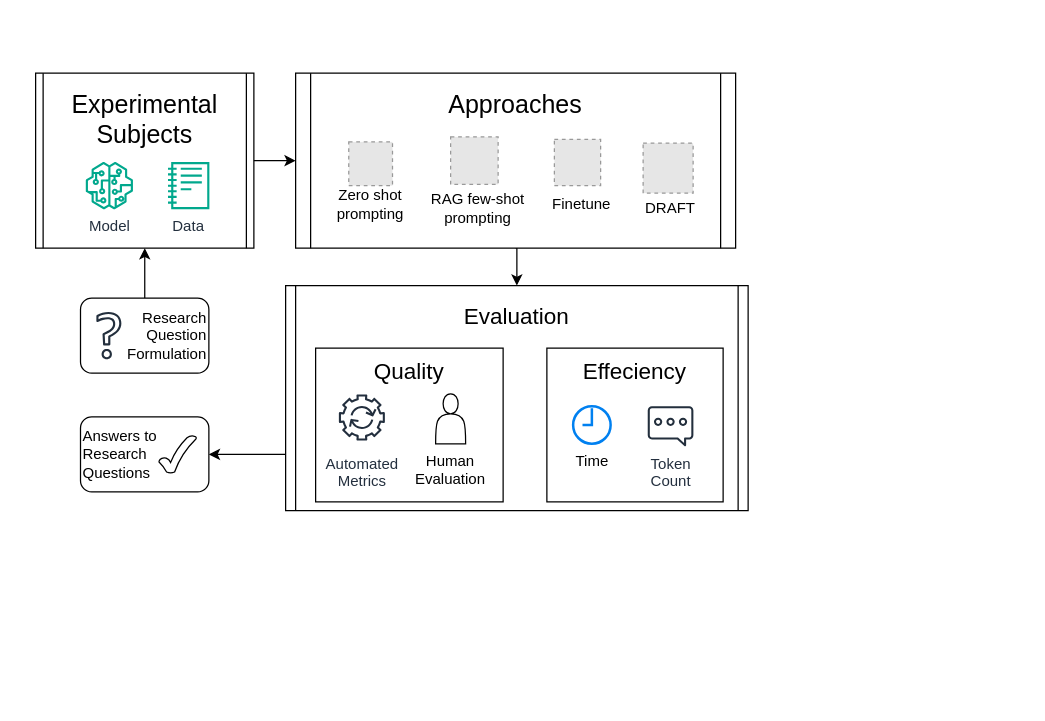
This is Diagram/experiment.drawio from sa4s-serc/LLM4ADR, a draw.io file, before an edit. Source tidied: cells renumbered, new cells numbered last; positions are measured from the earlier drawing's top-left corner, leaving out a move shared by most shapes. Both pictures are drawn from the tidied source at 125%, with x=0, y=0 at pixel (35, 72). Pictures stored in the file or linked from it are replaced by grey dashed boxes.
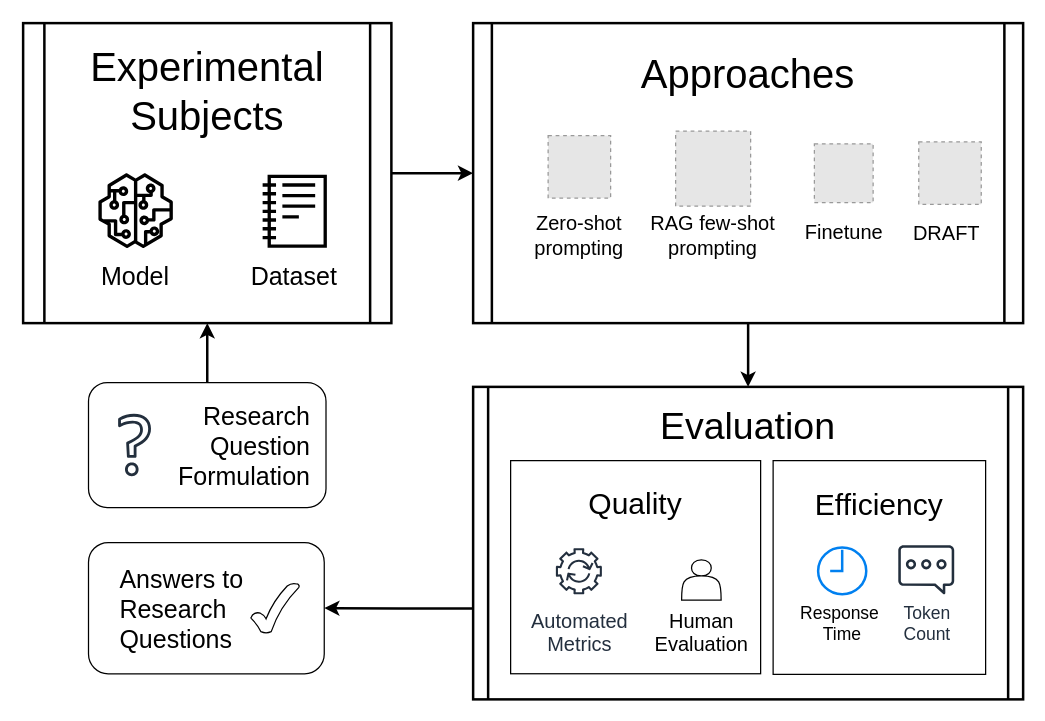
The same diagram, later.

Commit message (it also covers changes not shown here):
modified study diagram

What changed in the source:
```diff
@@
-    <mxCell id="2" style="edgeStyle=orthogonalEdgeStyle;rounded=0;jettySize=auto;html=1;exitX=0;exitY=0.75;exitDx=0;exitDy=0;" parent="1" edge="1" source="3" target="30">
+    <mxCell id="2" style="edgeStyle=orthogonalEdgeStyle;rounded=0;jettySize=auto;html=1;entryX=1;entryY=0.5;entryDx=0;entryDy=0;exitX=0;exitY=0.709;exitDx=0;exitDy=0;exitPerimeter=0;strokeWidth=2;" parent="1" edge="1" source="3" target="30">
       <mxGeometry relative="1" as="geometry" />
     </mxCell>
-    <mxCell id="3" value="&lt;font style=&quot;font-size: 18px;&quot;&gt;Evaluation&lt;/font&gt;&lt;div&gt;&lt;font style=&quot;font-size: 18px;&quot;&gt;&lt;br&gt;&lt;/font&gt;&lt;/div&gt;&lt;div&gt;&lt;font style=&quot;font-size: 18px;&quot;&gt;&lt;br&gt;&lt;/font&gt;&lt;/div&gt;&lt;div&gt;&lt;font style=&quot;font-size: 18px;&quot;&gt;&lt;br&gt;&lt;/font&gt;&lt;/div&gt;&lt;div&gt;&lt;font style=&quot;font-size: 18px;&quot;&gt;&lt;br&gt;&lt;/font&gt;&lt;/div&gt;&lt;div&gt;&lt;br&gt;&lt;/div&gt;&lt;div&gt;&lt;br&gt;&lt;/div&gt;&lt;div&gt;&lt;br&gt;&lt;/div&gt;" style="shape=process;whiteSpace=wrap;html=1;backgroundOutline=1;size=0.021739130434782608;" parent="1" vertex="1">
-      <mxGeometry x="200" y="170" width="370" height="180" as="geometry" />
+    <mxCell id="3" value="&lt;font style=&quot;font-size: 30px;&quot;&gt;Evaluation&lt;/font&gt;&lt;div&gt;&lt;br&gt;&lt;/div&gt;&lt;div&gt;&lt;br&gt;&lt;/div&gt;&lt;div&gt;&lt;br&gt;&lt;/div&gt;&lt;div&gt;&lt;br&gt;&lt;/div&gt;&lt;div&gt;&lt;br&gt;&lt;/div&gt;&lt;div&gt;&lt;br&gt;&lt;/div&gt;&lt;div&gt;&lt;br&gt;&lt;/div&gt;&lt;div&gt;&lt;br&gt;&lt;/div&gt;&lt;div&gt;&lt;br&gt;&lt;/div&gt;&lt;div&gt;&lt;br&gt;&lt;/div&gt;&lt;div&gt;&lt;br&gt;&lt;/div&gt;&lt;div&gt;&lt;br&gt;&lt;/div&gt;&lt;div&gt;&lt;br&gt;&lt;/div&gt;" style="shape=process;whiteSpace=wrap;html=1;backgroundOutline=1;size=0.02702702702702703;strokeWidth=2;" parent="1" vertex="1">
+      <mxGeometry x="350" y="251" width="440" height="250" as="geometry" />
     </mxCell>
-    <mxCell id="4" style="edgeStyle=orthogonalEdgeStyle;rounded=0;jettySize=auto;html=1;exitX=1;exitY=0.5;exitDx=0;exitDy=0;entryX=0;entryY=0.5;entryDx=0;entryDy=0;" parent="1" edge="1" target="6">
-      <mxGeometry relative="1" as="geometry">
-        <mxPoint x="170" y="70" as="sourcePoint" />
-      </mxGeometry>
-    </mxCell>
-    <mxCell id="5" style="edgeStyle=orthogonalEdgeStyle;rounded=0;jettySize=auto;html=1;exitX=0.5;exitY=1;exitDx=0;exitDy=0;entryX=0.5;entryY=0;entryDx=0;entryDy=0;" parent="1" edge="1" source="6" target="3">
+    <mxCell id="5" style="edgeStyle=orthogonalEdgeStyle;rounded=0;jettySize=auto;html=1;exitX=0.5;exitY=1;exitDx=0;exitDy=0;entryX=0.5;entryY=0;entryDx=0;entryDy=0;strokeWidth=2;" parent="1" edge="1" source="6" target="3">
       <mxGeometry relative="1" as="geometry" />
     </mxCell>
-    <mxCell id="6" value="&lt;font style=&quot;font-size: 20px;&quot;&gt;Approaches&lt;/font&gt;&lt;div&gt;&lt;font style=&quot;font-size: 20px;&quot;&gt;&lt;br&gt;&lt;/font&gt;&lt;/div&gt;&lt;div&gt;&lt;br&gt;&lt;/div&gt;&lt;div&gt;&lt;br&gt;&lt;/div&gt;&lt;div&gt;&lt;font style=&quot;font-size: 20px;&quot;&gt;&lt;br&gt;&lt;/font&gt;&lt;/div&gt;&lt;div&gt;&lt;br&gt;&lt;/div&gt;" style="shape=process;whiteSpace=wrap;html=1;backgroundOutline=1;size=0.03409090909090909;" parent="1" vertex="1">
-      <mxGeometry x="208" width="352" height="140" as="geometry" />
+    <mxCell id="6" value="&lt;font style=&quot;font-size: 32px;&quot;&gt;Approaches&lt;/font&gt;&lt;div&gt;&lt;span style=&quot;font-size: 32px;&quot;&gt;&lt;br&gt;&lt;/span&gt;&lt;div&gt;&lt;span style=&quot;font-size: 32px;&quot;&gt;&lt;br&gt;&lt;/span&gt;&lt;/div&gt;&lt;div&gt;&lt;br&gt;&lt;/div&gt;&lt;div&gt;&lt;div&gt;&lt;br&gt;&lt;/div&gt;&lt;div&gt;&lt;font style=&quot;font-size: 32px;&quot;&gt;&lt;br&gt;&lt;/font&gt;&lt;/div&gt;&lt;div&gt;&lt;br&gt;&lt;/div&gt;&lt;/div&gt;&lt;/div&gt;" style="shape=process;whiteSpace=wrap;html=1;backgroundOutline=1;size=0.03409090909090909;glass=0;strokeWidth=2;" parent="1" vertex="1">
+      <mxGeometry x="350" y="-40" width="440" height="240" as="geometry" />
     </mxCell>
-    <mxCell id="7" style="group;" parent="1" vertex="1">
-      <mxGeometry x="238" y="60" width="60" height="60" as="geometry" />
-    </mxCell>
+    <mxCell id="33" style="edgeStyle=orthogonalEdgeStyle;rounded=0;jettySize=auto;html=1;exitX=1;exitY=0.5;exitDx=0;exitDy=0;entryX=0;entryY=0.5;entryDx=0;entryDy=0;strokeWidth=2;" parent="1" edge="1" source="19" target="6">
+      <mxGeometry relative="1" as="geometry" />
+    </mxCell>
+    <mxCell id="19" value="&lt;font style=&quot;font-size: 32px;&quot;&gt;Experimental&lt;/font&gt;&lt;div&gt;&lt;font style=&quot;font-size: 32px;&quot;&gt;Subjects&lt;/font&gt;&lt;div&gt;&lt;font style=&quot;font-size: 32px;&quot;&gt;&lt;br&gt;&lt;/font&gt;&lt;/div&gt;&lt;div&gt;&lt;font style=&quot;font-size: 32px;&quot;&gt;&lt;br&gt;&lt;/font&gt;&lt;/div&gt;&lt;div&gt;&lt;font style=&quot;font-size: 32px;&quot;&gt;&lt;br&gt;&lt;/font&gt;&lt;/div&gt;&lt;div&gt;&lt;br&gt;&lt;/div&gt;&lt;/div&gt;" style="shape=process;whiteSpace=wrap;html=1;backgroundOutline=1;size=0.057283611158847454;strokeWidth=2;" parent="1" vertex="1">
+      <mxGeometry x="-10" y="-40" width="294.6" height="240" as="geometry" />
+    </mxCell>
+    <mxCell id="28" style="edgeStyle=orthogonalEdgeStyle;rounded=0;jettySize=auto;html=1;entryX=0.5;entryY=1;entryDx=0;entryDy=0;strokeWidth=2;" parent="1" edge="1" source="29" target="19">
+      <mxGeometry relative="1" as="geometry" />
+    </mxCell>
+    <mxCell id="34" style="group;" parent="1" vertex="1">
+      <mxGeometry x="50" y="80" width="60" height="96.5" as="geometry" />
+    </mxCell>
+    <mxCell id="20" style="sketch=0;fontColor=#232F3E;gradientColor=none;fillColor=#000000;strokeColor=none;dashed=0;verticalLabelPosition=bottom;verticalAlign=top;align=center;html=1;fontSize=12;fontStyle=0;shape=mxgraph.aws4.sagemaker_model;" parent="34" vertex="1">
+      <mxGeometry width="60" height="60" as="geometry" />
+    </mxCell>
+    <mxCell id="35" value="&lt;font style=&quot;font-size: 20px;&quot;&gt;Model&lt;/font&gt;" style="text;strokeColor=none;align=center;fillColor=none;html=1;verticalAlign=middle;whiteSpace=wrap;rounded=0;" parent="34" vertex="1">
+      <mxGeometry y="66.5" width="60" height="30" as="geometry" />
+    </mxCell>
+    <mxCell id="36" style="group;" parent="1" vertex="1">
+      <mxGeometry x="177.3" y="81" width="60" height="95.5" as="geometry" />
+    </mxCell>
+    <mxCell id="21" style="sketch=0;fontColor=#232F3E;gradientColor=none;fillColor=#000000;strokeColor=none;dashed=0;verticalLabelPosition=bottom;verticalAlign=top;align=center;html=1;fontSize=12;fontStyle=0;shape=mxgraph.aws4.sagemaker_notebook;" parent="36" vertex="1">
+      <mxGeometry x="4.3" width="51.4" height="59" as="geometry" />
+    </mxCell>
+    <mxCell id="37" value="&lt;font style=&quot;font-size: 20px;&quot;&gt;Dataset&lt;/font&gt;" style="text;strokeColor=none;align=center;fillColor=none;html=1;verticalAlign=middle;whiteSpace=wrap;rounded=0;" parent="36" vertex="1">
+      <mxGeometry y="65.5" width="60" height="30" as="geometry" />
+    </mxCell>
+    <mxCell id="38" style="group;" parent="1" vertex="1">
+      <mxGeometry x="482" y="46.4" width="120" height="110.1" as="geometry" />
+    </mxCell>
+    <mxCell id="12" value="&lt;font&gt;RAG few-shot&lt;/font&gt;&lt;div&gt;&lt;font&gt;prompting&lt;/font&gt;&lt;/div&gt;" style="text;strokeColor=none;align=center;fillColor=none;html=1;verticalAlign=middle;whiteSpace=wrap;rounded=0;fontSize=16;" parent="38" vertex="1">
+      <mxGeometry y="56.4" width="120" height="53.8" as="geometry" />
+    </mxCell>
+    <mxCell id="11" style="fillColor=#E6E6E6;strokeColor=#999999;dashed=1;verticalLabelPosition=bottom;labelBackgroundColor=default;verticalAlign=top;" parent="38" vertex="1">
+      <mxGeometry x="30" width="60" height="60" as="geometry" />
+    </mxCell>
+    <mxCell id="39" style="group;" parent="1" vertex="1">
+      <mxGeometry x="375" y="50" width="120" height="106.5" as="geometry" />
+    </mxCell>
-    <mxCell id="8" style="fillColor=#E6E6E6;strokeColor=#999999;dashed=1;verticalLabelPosition=bottom;labelBackgroundColor=default;verticalAlign=top;" parent="7" vertex="1">
-      <mxGeometry x="12.5" y="-5" width="35" height="35" as="geometry" />
+    <mxCell id="8" style="fillColor=#E6E6E6;strokeColor=#999999;dashed=1;verticalLabelPosition=bottom;labelBackgroundColor=default;verticalAlign=top;" parent="39" vertex="1">
+      <mxGeometry x="35" width="50" height="50" as="geometry" />
     </mxCell>
-    <mxCell id="9" value="Zero shot prompting" style="text;html=1;align=center;verticalAlign=middle;whiteSpace=wrap;rounded=0;" parent="7" vertex="1">
-      <mxGeometry y="30" width="60" height="30" as="geometry" />
-    </mxCell>
-    <mxCell id="10" style="group;" parent="1" vertex="1">
-      <mxGeometry x="312" y="57" width="84" height="66" as="geometry" />
-    </mxCell>
-    <mxCell id="11" style="fillColor=#E6E6E6;strokeColor=#999999;dashed=1;verticalLabelPosition=bottom;labelBackgroundColor=default;verticalAlign=top;" parent="10" vertex="1">
-      <mxGeometry x="20" y="-6" width="38" height="38" as="geometry" />
-    </mxCell>
-    <mxCell id="12" value="RAG few-shot prompting" style="text;html=1;align=center;verticalAlign=middle;whiteSpace=wrap;rounded=0;" parent="10" vertex="1">
-      <mxGeometry y="36" width="84" height="30" as="geometry" />
-    </mxCell>
-    <mxCell id="13" style="group;" parent="1" vertex="1">
-      <mxGeometry x="395" y="60" width="84" height="60" as="geometry" />
-    </mxCell>
+    <mxCell id="40" value="&lt;font&gt;Zero-shot prompting&lt;/font&gt;" style="text;strokeColor=none;align=center;fillColor=none;html=1;verticalAlign=middle;whiteSpace=wrap;rounded=0;fontSize=16;" parent="39" vertex="1">
+      <mxGeometry y="52.8" width="120" height="53.8" as="geometry" />
+    </mxCell>
+    <mxCell id="41" style="group;" parent="1" vertex="1">
+      <mxGeometry x="586.5" y="56.5" width="120" height="97" as="geometry" />
+    </mxCell>
+    <mxCell id="15" value="&lt;span&gt;Finetune&lt;/span&gt;" style="text;strokeColor=none;align=center;fillColor=none;html=1;verticalAlign=middle;whiteSpace=wrap;rounded=0;fontSize=16;" parent="41" vertex="1">
+      <mxGeometry y="43.2" width="120" height="53.8" as="geometry" />
+    </mxCell>
-    <mxCell id="14" style="fillColor=#E6E6E6;strokeColor=#999999;dashed=1;verticalLabelPosition=bottom;labelBackgroundColor=default;verticalAlign=top;" parent="13" vertex="1">
-      <mxGeometry x="20" y="-7" width="37" height="37" as="geometry" />
+    <mxCell id="14" style="fillColor=#E6E6E6;strokeColor=#999999;dashed=1;verticalLabelPosition=bottom;labelBackgroundColor=default;verticalAlign=top;" parent="41" vertex="1">
+      <mxGeometry x="36.5" width="47" height="47" as="geometry" />
     </mxCell>
-    <mxCell id="15" value="Finetune" style="text;html=1;align=center;verticalAlign=middle;whiteSpace=wrap;rounded=0;" parent="13" vertex="1">
-      <mxGeometry y="30" width="84" height="30" as="geometry" />
-    </mxCell>
-    <mxCell id="16" style="group;" parent="1" vertex="1">
-      <mxGeometry x="466" y="60" width="84" height="63" as="geometry" />
-    </mxCell>
+    <mxCell id="42" style="group;" parent="1" vertex="1">
+      <mxGeometry x="669" y="55" width="120" height="100.1" as="geometry" />
+    </mxCell>
+    <mxCell id="18" value="&lt;span&gt;DRAFT&lt;/span&gt;" style="text;strokeColor=none;align=center;fillColor=none;html=1;verticalAlign=middle;whiteSpace=wrap;rounded=0;fontSize=16;" parent="42" vertex="1">
+      <mxGeometry y="46.4" width="120" height="53.8" as="geometry" />
+    </mxCell>
-    <mxCell id="17" style="fillColor=#E6E6E6;strokeColor=#999999;dashed=1;verticalLabelPosition=bottom;labelBackgroundColor=default;verticalAlign=top;" parent="16" vertex="1">
-      <mxGeometry x="20" y="-4" width="40" height="40" as="geometry" />
+    <mxCell id="17" style="fillColor=#E6E6E6;strokeColor=#999999;dashed=1;verticalLabelPosition=bottom;labelBackgroundColor=default;verticalAlign=top;" parent="42" vertex="1">
+      <mxGeometry x="37.5" width="50" height="50" as="geometry" />
     </mxCell>
-    <mxCell id="18" value="DRAFT" style="text;html=1;align=center;verticalAlign=middle;whiteSpace=wrap;rounded=0;" parent="16" vertex="1">
-      <mxGeometry y="33" width="84" height="30" as="geometry" />
-    </mxCell>
-    <mxCell id="19" value="&lt;font style=&quot;font-size: 20px;&quot;&gt;Experimental&lt;/font&gt;&lt;div&gt;&lt;font style=&quot;font-size: 20px;&quot;&gt;Subjects&lt;/font&gt;&lt;div&gt;&lt;br&gt;&lt;/div&gt;&lt;div&gt;&lt;br&gt;&lt;/div&gt;&lt;div&gt;&lt;font style=&quot;font-size: 20px;&quot;&gt;&lt;br&gt;&lt;/font&gt;&lt;/div&gt;&lt;div&gt;&lt;br&gt;&lt;/div&gt;&lt;/div&gt;" style="shape=process;whiteSpace=wrap;html=1;backgroundOutline=1;size=0.03409090909090909;" parent="1" vertex="1">
-      <mxGeometry width="174.6" height="140" as="geometry" />
-    </mxCell>
-    <mxCell id="20" value="Model" style="sketch=0;fontColor=#232F3E;gradientColor=none;fillColor=#01A88D;strokeColor=none;dashed=0;verticalLabelPosition=bottom;verticalAlign=top;align=center;html=1;fontSize=12;fontStyle=0;shape=mxgraph.aws4.sagemaker_model;" parent="1" vertex="1">
-      <mxGeometry x="40" y="71" width="38" height="38" as="geometry" />
-    </mxCell>
-    <mxCell id="21" value="Data" style="sketch=0;fontColor=#232F3E;gradientColor=none;fillColor=#01A88D;strokeColor=none;dashed=0;verticalLabelPosition=bottom;verticalAlign=top;align=center;html=1;fontSize=12;fontStyle=0;shape=mxgraph.aws4.sagemaker_notebook;" parent="1" vertex="1">
-      <mxGeometry x="105.9" y="71" width="33.1" height="38" as="geometry" />
-    </mxCell>
+    <mxCell id="43" style="group;" parent="1" vertex="1">
+      <mxGeometry x="590" y="310" width="170" height="171" as="geometry" />
+    </mxCell>
+    <mxCell id="44" style="group;" parent="43" vertex="1">
+      <mxGeometry width="170" height="171" as="geometry" />
+    </mxCell>
+    <mxCell id="25" value="&lt;font style=&quot;font-size: 24px;&quot;&gt;Efficiency&lt;/font&gt;&lt;div&gt;&lt;br&gt;&lt;/div&gt;&lt;div&gt;&lt;br&gt;&lt;/div&gt;&lt;div&gt;&lt;br&gt;&lt;/div&gt;&lt;div&gt;&lt;br&gt;&lt;/div&gt;&lt;div&gt;&lt;br&gt;&lt;/div&gt;&lt;div&gt;&lt;br&gt;&lt;/div&gt;&lt;div&gt;&lt;br&gt;&lt;/div&gt;" style="rounded=0;whiteSpace=wrap;html=1;" parent="44" vertex="1">
+      <mxGeometry width="170" height="171" as="geometry" />
+    </mxCell>
+    <mxCell id="26" value="&lt;font style=&quot;font-size: 14px;&quot;&gt;Response&amp;nbsp;&lt;/font&gt;&lt;div&gt;&lt;font style=&quot;font-size: 14px;&quot;&gt;Time&lt;/font&gt;&lt;/div&gt;" style="html=1;verticalLabelPosition=bottom;align=center;labelBackgroundColor=#ffffff;verticalAlign=top;strokeWidth=2;strokeColor=#0080F0;shadow=0;dashed=0;shape=mxgraph.ios7.icons.clock;" parent="44" vertex="1">
+      <mxGeometry x="36" y="69.5" width="38.5" height="37.4" as="geometry" />
+    </mxCell>
+    <mxCell id="27" value="&lt;font style=&quot;font-size: 14px;&quot;&gt;Token&lt;/font&gt;&lt;div&gt;&lt;font style=&quot;font-size: 14px;&quot;&gt;Count&lt;/font&gt;&lt;/div&gt;" style="sketch=0;fontColor=#232F3E;gradientColor=none;fillColor=#232F3D;strokeColor=none;dashed=0;verticalLabelPosition=bottom;verticalAlign=top;align=center;html=1;fontSize=12;fontStyle=0;shape=mxgraph.aws4.chat;" parent="44" vertex="1">
+      <mxGeometry x="100" y="67.7" width="45" height="39.2" as="geometry" />
+    </mxCell>
+    <mxCell id="45" style="group;" parent="1" vertex="1">
+      <mxGeometry x="42.3" y="247.5" width="190" height="100" as="geometry" />
+    </mxCell>
+    <mxCell id="29" style="rounded=1;whiteSpace=wrap;html=1;align=right;" parent="45" vertex="1">
+      <mxGeometry width="190" height="100" as="geometry" />
+    </mxCell>
+    <mxCell id="31" style="sketch=0;fontColor=#232F3E;gradientColor=none;fillColor=#232F3D;strokeColor=none;dashed=0;verticalLabelPosition=bottom;verticalAlign=top;align=center;html=1;fontSize=12;fontStyle=0;shape=mxgraph.aws4.question;" parent="45" vertex="1">
+      <mxGeometry x="23.7" y="25" width="26.3" height="50" as="geometry" />
+    </mxCell>
+    <mxCell id="46" value="&lt;div style=&quot;&quot;&gt;&lt;font&gt;Research&lt;/font&gt;&lt;/div&gt;&lt;div style=&quot;&quot;&gt;&lt;span style=&quot;background-color: transparent; color: light-dark(rgb(0, 0, 0), rgb(255, 255, 255));&quot;&gt;Question&lt;/span&gt;&lt;/div&gt;&lt;div style=&quot;&quot;&gt;&lt;span style=&quot;background-color: transparent; color: light-dark(rgb(0, 0, 0), rgb(255, 255, 255));&quot;&gt;Formulation&lt;/span&gt;&lt;/div&gt;" style="text;strokeColor=none;align=right;fillColor=none;html=1;verticalAlign=middle;whiteSpace=wrap;rounded=0;fontSize=20;" parent="45" vertex="1">
+      <mxGeometry x="50" y="10" width="130" height="80" as="geometry" />
+    </mxCell>
+    <mxCell id="47" style="group;" parent="1" vertex="1">
+      <mxGeometry x="42.3" y="375.5" width="188.6" height="105" as="geometry" />
+    </mxCell>
+    <mxCell id="30" value="&lt;div style=&quot;text-align: justify;&quot;&gt;&lt;br&gt;&lt;/div&gt;" style="rounded=1;whiteSpace=wrap;html=1;align=left;" parent="47" vertex="1">
+      <mxGeometry width="188.6" height="105" as="geometry" />
+    </mxCell>
+    <mxCell id="32" style="verticalLabelPosition=bottom;verticalAlign=top;html=1;shape=mxgraph.basic.tick;" parent="47" vertex="1">
+      <mxGeometry x="130" y="32.5" width="38.6" height="40" as="geometry" />
+    </mxCell>
+    <mxCell id="48" value="&lt;div style=&quot;text-align: justify;&quot;&gt;&lt;span style=&quot;background-color: transparent; color: light-dark(rgb(0, 0, 0), rgb(255, 255, 255));&quot;&gt;Answers to&lt;/span&gt;&lt;/div&gt;&lt;div style=&quot;text-align: left;&quot;&gt;&lt;div style=&quot;text-align: justify;&quot;&gt;&lt;span style=&quot;background-color: transparent; color: light-dark(rgb(0, 0, 0), rgb(255, 255, 255));&quot;&gt;Research&lt;/span&gt;&lt;/div&gt;&lt;div style=&quot;text-align: justify;&quot;&gt;&lt;font&gt;Questions&lt;/font&gt;&lt;/div&gt;&lt;/div&gt;" style="text;strokeColor=none;align=center;fillColor=none;html=1;verticalAlign=middle;whiteSpace=wrap;rounded=0;fontSize=20;" parent="47" vertex="1">
+      <mxGeometry x="10" y="12.5" width="130" height="80" as="geometry" />
+    </mxCell>
+    <mxCell id="49" style="edgeStyle=orthogonalEdgeStyle;rounded=0;orthogonalLoop=1;jettySize=auto;html=1;exitX=0.5;exitY=1;exitDx=0;exitDy=0;" parent="47" edge="1" source="48" target="48">
+      <mxGeometry relative="1" as="geometry" />
+    </mxCell>
+    <mxCell id="50" style="group;" parent="1" vertex="1">
+      <mxGeometry x="380" y="310" width="200" height="170.5" as="geometry" />
+    </mxCell>
-    <mxCell id="22" value="&lt;font style=&quot;font-size: 18px;&quot;&gt;Quality&lt;/font&gt;&lt;div&gt;&lt;br&gt;&lt;/div&gt;&lt;div&gt;&lt;br&gt;&lt;/div&gt;&lt;div&gt;&lt;br&gt;&lt;/div&gt;&lt;div&gt;&lt;br&gt;&lt;/div&gt;&lt;div&gt;&lt;br&gt;&lt;/div&gt;&lt;div&gt;&lt;br&gt;&lt;/div&gt;" style="rounded=0;whiteSpace=wrap;html=1;" parent="1" vertex="1">
-      <mxGeometry x="224" y="220" width="150" height="123" as="geometry" />
+    <mxCell id="22" value="&lt;font style=&quot;font-size: 24px;&quot;&gt;Quality&lt;/font&gt;&lt;div&gt;&lt;div&gt;&lt;br&gt;&lt;/div&gt;&lt;div&gt;&lt;br&gt;&lt;/div&gt;&lt;div&gt;&lt;br&gt;&lt;/div&gt;&lt;/div&gt;&lt;div&gt;&lt;br&gt;&lt;/div&gt;&lt;div&gt;&lt;br&gt;&lt;/div&gt;&lt;div&gt;&lt;br&gt;&lt;/div&gt;&lt;div&gt;&lt;br&gt;&lt;/div&gt;" style="rounded=0;whiteSpace=wrap;html=1;" parent="50" vertex="1">
+      <mxGeometry width="200" height="170.5" as="geometry" />
     </mxCell>
-    <mxCell id="23" value="Automated&lt;div&gt;Metrics&lt;/div&gt;" style="sketch=0;fontColor=#232F3E;gradientColor=none;strokeColor=#232F3E;fillColor=#ffffff;dashed=0;verticalLabelPosition=bottom;verticalAlign=top;align=center;html=1;fontSize=12;fontStyle=0;shape=mxgraph.aws4.resourceIcon;resIcon=mxgraph.aws4.automation;" parent="1" vertex="1">
-      <mxGeometry x="238" y="252.5" width="46" height="46" as="geometry" />
+    <mxCell id="23" value="&lt;font style=&quot;font-size: 16px;&quot;&gt;Automated&lt;/font&gt;&lt;div&gt;&lt;font style=&quot;font-size: 16px;&quot;&gt;Metrics&lt;/font&gt;&lt;/div&gt;" style="sketch=0;fontColor=#232F3E;gradientColor=none;strokeColor=#232F3E;fillColor=#ffffff;dashed=0;verticalLabelPosition=bottom;verticalAlign=top;align=center;html=1;fontSize=12;fontStyle=0;shape=mxgraph.aws4.resourceIcon;resIcon=mxgraph.aws4.automation;" parent="50" vertex="1">
+      <mxGeometry x="31.6" y="65.5" width="46" height="46" as="geometry" />
     </mxCell>
-    <mxCell id="24" value="Human Evaluation" style="shape=actor;whiteSpace=wrap;html=1;labelPosition=center;verticalLabelPosition=bottom;align=center;verticalAlign=top;" parent="1" vertex="1">
-      <mxGeometry x="320" y="256.5" width="24" height="40" as="geometry" />
+    <mxCell id="24" value="&lt;font style=&quot;font-size: 16px;&quot;&gt;Human Evaluation&lt;/font&gt;" style="shape=actor;whiteSpace=wrap;html=1;labelPosition=center;verticalLabelPosition=bottom;align=center;verticalAlign=top;fontSize=11;" parent="50" vertex="1">
+      <mxGeometry x="136.8" y="79.4" width="31.6" height="32.1" as="geometry" />
     </mxCell>
-    <mxCell id="25" value="&lt;font style=&quot;font-size: 18px;&quot;&gt;Effeciency&lt;/font&gt;&lt;div&gt;&lt;br&gt;&lt;/div&gt;&lt;div&gt;&lt;br&gt;&lt;/div&gt;&lt;div&gt;&lt;br&gt;&lt;/div&gt;&lt;div&gt;&lt;br&gt;&lt;/div&gt;&lt;div&gt;&lt;br&gt;&lt;/div&gt;&lt;div&gt;&lt;br&gt;&lt;/div&gt;" style="rounded=0;whiteSpace=wrap;html=1;" parent="1" vertex="1">
-      <mxGeometry x="409" y="220" width="141" height="123" as="geometry" />
-    </mxCell>
-    <mxCell id="26" value="Time" style="html=1;verticalLabelPosition=bottom;align=center;labelBackgroundColor=#ffffff;verticalAlign=top;strokeWidth=2;strokeColor=#0080F0;shadow=0;dashed=0;shape=mxgraph.ios7.icons.clock;" parent="1" vertex="1">
-      <mxGeometry x="430" y="266.5" width="30" height="30" as="geometry" />
-    </mxCell>
-    <mxCell id="27" value="Token&lt;div&gt;Count&lt;/div&gt;" style="sketch=0;fontColor=#232F3E;gradientColor=none;fillColor=#232F3D;strokeColor=none;dashed=0;verticalLabelPosition=bottom;verticalAlign=top;align=center;html=1;fontSize=12;fontStyle=0;shape=mxgraph.aws4.chat;" parent="1" vertex="1">
-      <mxGeometry x="489.6" y="266.5" width="36.7" height="32" as="geometry" />
-    </mxCell>
-    <mxCell id="28" style="edgeStyle=orthogonalEdgeStyle;rounded=0;jettySize=auto;html=1;entryX=0.5;entryY=1;entryDx=0;entryDy=0;" parent="1" edge="1" source="29" target="19">
-      <mxGeometry relative="1" as="geometry" />
-    </mxCell>
-    <mxCell id="29" value="Research&lt;div&gt;Question&lt;/div&gt;&lt;div&gt;Formulation&lt;/div&gt;" style="rounded=1;whiteSpace=wrap;html=1;align=right;" parent="1" vertex="1">
-      <mxGeometry x="35.9" y="180" width="102.7" height="60" as="geometry" />
-    </mxCell>
-    <mxCell id="30" value="Answers to&lt;div&gt;&lt;span style=&quot;background-color: transparent; color: light-dark(rgb(0, 0, 0), rgb(255, 255, 255));&quot;&gt;Research&lt;/span&gt;&lt;div&gt;Questions&lt;/div&gt;&lt;/div&gt;" style="rounded=1;whiteSpace=wrap;html=1;align=left;" parent="1" vertex="1">
-      <mxGeometry x="35.9" y="275" width="102.7" height="60" as="geometry" />
-    </mxCell>
-    <mxCell id="31" style="sketch=0;fontColor=#232F3E;gradientColor=none;fillColor=#232F3D;strokeColor=none;dashed=0;verticalLabelPosition=bottom;verticalAlign=top;align=center;html=1;fontSize=12;fontStyle=0;shape=mxgraph.aws4.question;" parent="1" vertex="1">
-      <mxGeometry x="48.6" y="191" width="20" height="38" as="geometry" />
-    </mxCell>
-    <mxCell id="32" style="verticalLabelPosition=bottom;verticalAlign=top;html=1;shape=mxgraph.basic.tick;" parent="1" vertex="1">
-      <mxGeometry x="98.6" y="290" width="30" height="30" as="geometry" />
-    </mxCell>
```
